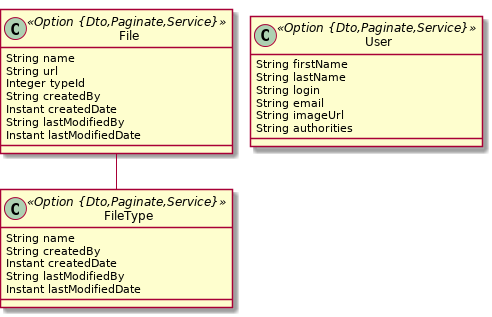
Before: storage.png, a diagram exported from PlantUML (Pantnkrator/storage-backend).
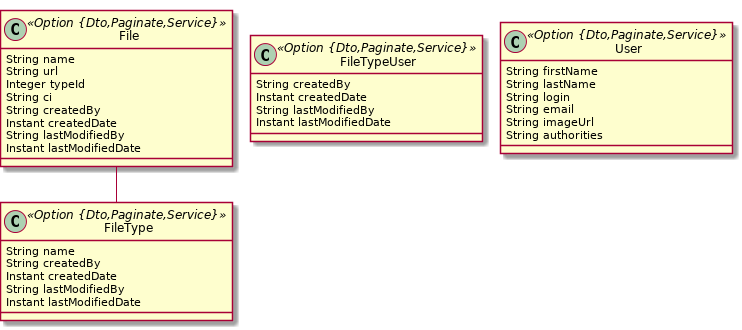
Above is the later version.

What changed in the source:
```diff
@@ -12,6 +12,13 @@
 		String name
 		String url
 		Integer typeId
+		String ci
+		String createdBy
+		Instant createdDate
+		String lastModifiedBy
+		Instant lastModifiedDate
+	}
+	class FileTypeUser <<Option {Dto,Paginate,Service}>> {
 		String createdBy
 		Instant createdDate
 		String lastModifiedBy
```
